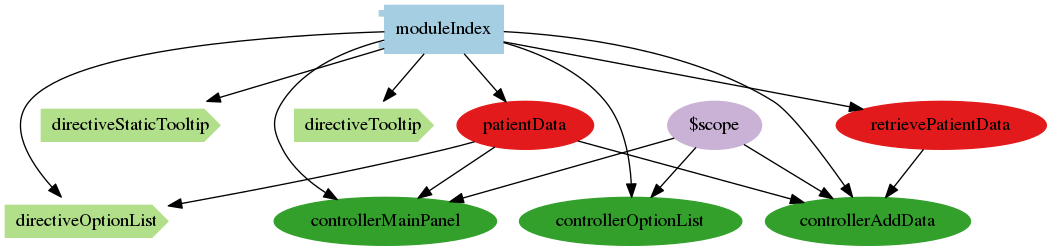
This is architecture/png/modules/moduleIndex.png from nevesnunes/MultiViz, a Graphviz export, as it was before one commit. Its source is kept beside it as architecture/dot/modules/moduleIndex.dot.
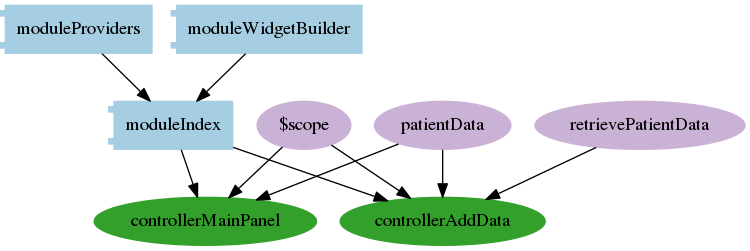
Later version of the same file.

The edit, as a diff of the source:
```diff
@@ -5,6 +5,12 @@
     node[shape="component"]
     "moduleIndex"[label="moduleIndex", color=1]
 
+
+      "moduleProviders"[label="moduleProviders", color=1]
+      "moduleProviders" -> "moduleIndex"
+
+      "moduleWidgetBuilder"[label="moduleWidgetBuilder", color=1]
+      "moduleWidgetBuilder" -> "moduleIndex"
 
 
 
@@ -19,32 +25,14 @@
       "controllerMainPanel"[label="controllerMainPanel", color=4]
       "moduleIndex" -> "controllerMainPanel"
 
-      "controllerOptionList"[label="controllerOptionList", color=4]
-      "moduleIndex" -> "controllerOptionList"
 
 
 
 
 
-      "retrievePatientData"[label="retrievePatientData", color=6]
-      "moduleIndex" -> "retrievePatientData"
-
-      "patientData"[label="patientData", color=6]
-      "moduleIndex" -> "patientData"
-
-
     node[shape="cds"]
 
 
-
-      "directiveStaticTooltip"[label="directiveStaticTooltip", color=3]
-      "moduleIndex" -> "directiveStaticTooltip"
-
-      "directiveTooltip"[label="directiveTooltip", color=3]
-      "moduleIndex" -> "directiveTooltip"
-
-      "directiveOptionList"[label="directiveOptionList", color=3]
-      "moduleIndex" -> "directiveOptionList"
 
 
 
@@ -57,15 +45,6 @@
 
     node[shape="ellipse",style="filled", color=9]
 
-
-
-
-
-
-
-
-        "patientData"[label="patientData"]
-        "patientData" -> "directiveOptionList"
 
 
 
@@ -91,15 +70,6 @@
 
 
 
-        "$scope"[label="$scope"]
-        "$scope" -> "controllerOptionList"
-
-
-
-
-
-
-
 
 
 
```
